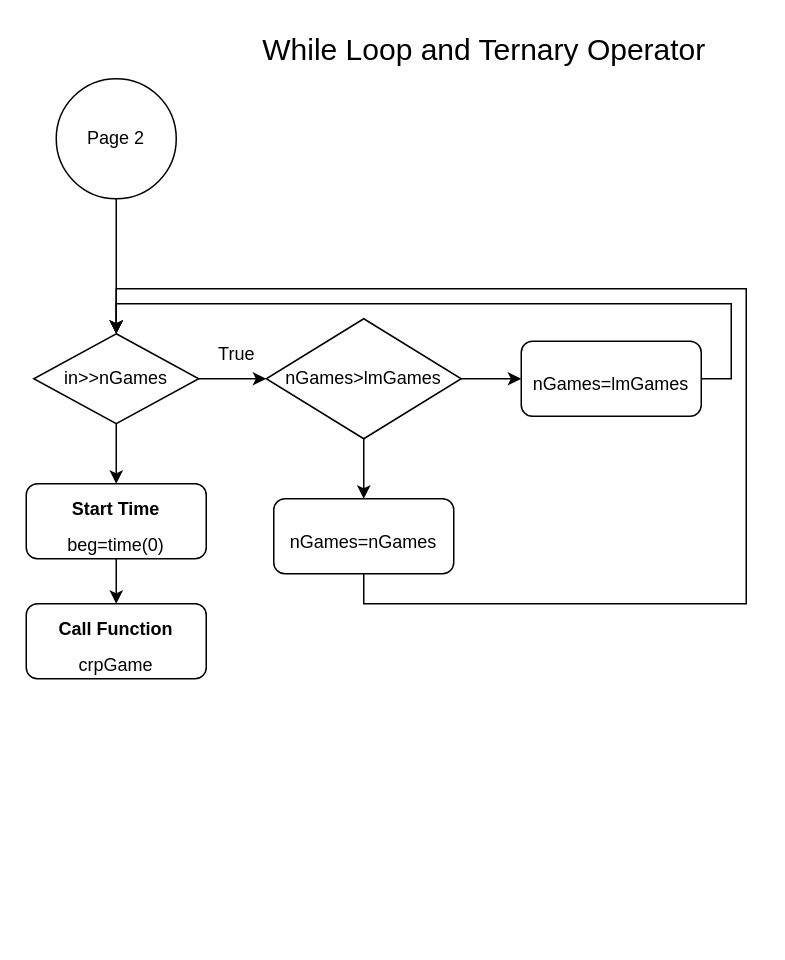
The draw.io diagram page "Page-2" (2 of 4) of Lab/Untitled Diagram.drawio in ce2791334/EnglandCody_CSC17A_49287, before the edit. Source tidied: cells renumbered, new cells numbered last; positions are measured from the earlier drawing's top-left corner, leaving out a move shared by most shapes. Both pictures are drawn from the tidied source at 150%, with x=0, y=0 at pixel (26, 26).
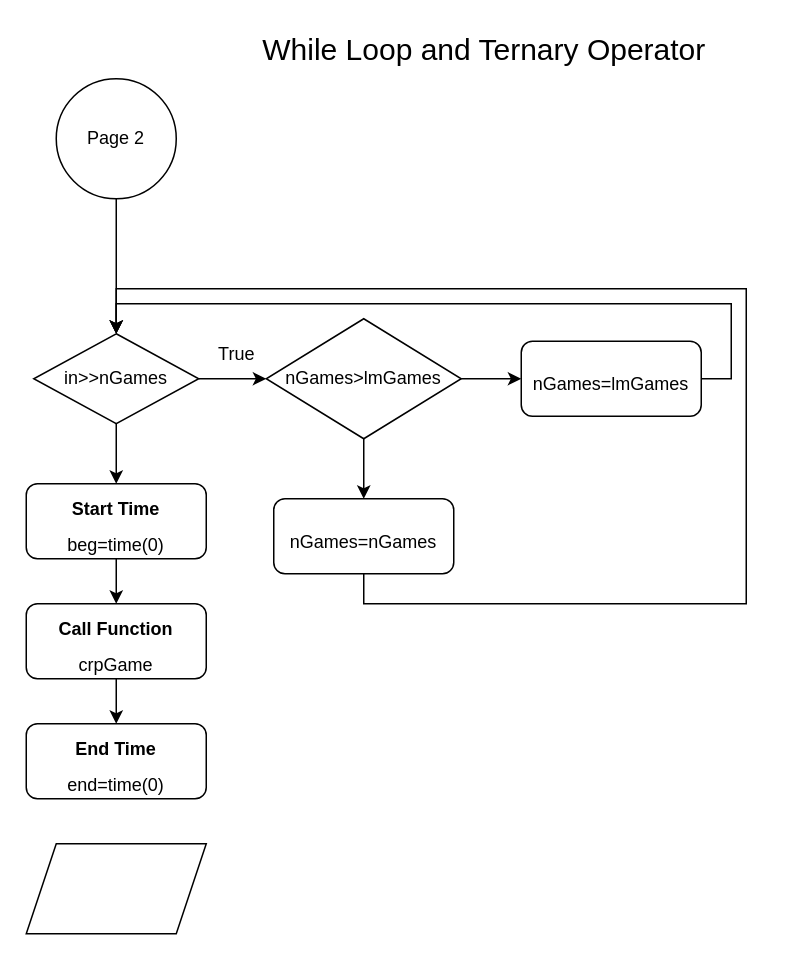
Above is the later version.

Unchanged cells that the change refers to:
```xml
<mxCell id="17" value="&lt;font style=&quot;font-size: 12px&quot;&gt;&lt;b&gt;Call Function&lt;/b&gt;&lt;br&gt;crpGame&lt;/font&gt;" style="rounded=1;whiteSpace=wrap;html=1;strokeWidth=1;fontSize=20;align=center;" parent="1" vertex="1">
  <mxGeometry y="385" width="120" height="50" as="geometry" />
</mxCell>
```

Change to the diagram source:
```diff
@@
+    <mxCell id="22" style="edgeStyle=orthogonalEdgeStyle;rounded=0;jettySize=auto;html=1;exitX=0.5;exitY=1;exitDx=0;exitDy=0;fontSize=12;" parent="1" edge="1" source="17" target="23">
+      <mxGeometry relative="1" as="geometry" />
+    </mxCell>
@@
+    <mxCell id="23" value="&lt;span style=&quot;font-size: 12px&quot;&gt;&lt;b&gt;End Time&lt;/b&gt;&lt;br&gt;end=time(0)&lt;br&gt;&lt;/span&gt;" style="rounded=1;whiteSpace=wrap;html=1;strokeWidth=1;fontSize=20;align=center;" parent="1" vertex="1">
+      <mxGeometry y="465" width="120" height="50" as="geometry" />
+    </mxCell>
+    <mxCell id="24" style="shape=parallelogram;perimeter=parallelogramPerimeter;whiteSpace=wrap;html=1;fixedSize=1;strokeWidth=1;fontSize=12;align=center;" parent="1" vertex="1">
+      <mxGeometry y="545" width="120" height="60" as="geometry" />
+    </mxCell>
```
